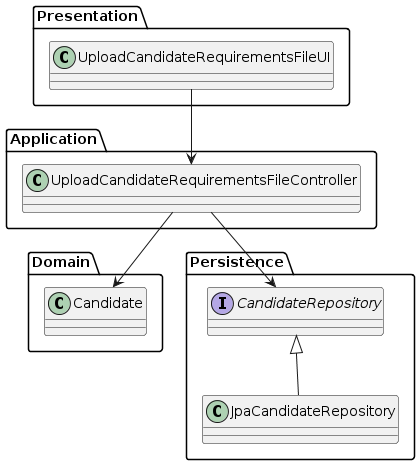
Goncalves2525/Jobs4U-Talent-Acquisition-Management-System keeps this PlantUML diagram as docs/Sprint C/us_2004/class-diagram.png. Above is the earlier version. Its diagram source:
```plantuml
@startuml
package Presentation {
    class UploadCandidateRequirementsFileUI
}

package Domain {
    class Candidate
}

package Persistence {
    class JpaCandidateRepository
    interface CandidateRepository
}

package Application {
    class UploadCandidateRequirementsFileController
}

Presentation.UploadCandidateRequirementsFileUI --> Application.UploadCandidateRequirementsFileController
Application.UploadCandidateRequirementsFileController --> Persistence.CandidateRepository
Persistence.CandidateRepository <|-- Persistence.JpaCandidateRepository
Application.UploadCandidateRequirementsFileController --> Domain.Candidate
@enduml
```
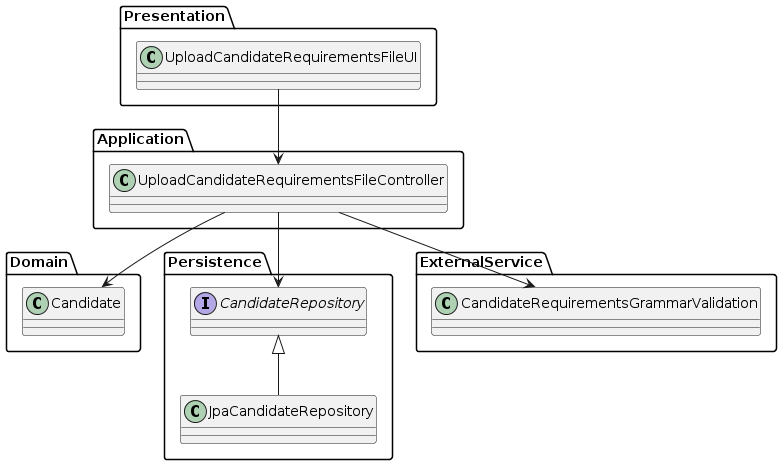
The same diagram one commit later.

What changed in the source:
```diff
@@ -16,8 +16,13 @@
     class UploadCandidateRequirementsFileController
 }
 
+package ExternalService {
+    class CandidateRequirementsGrammarValidation
+}
+
 Presentation.UploadCandidateRequirementsFileUI --> Application.UploadCandidateRequirementsFileController
 Application.UploadCandidateRequirementsFileController --> Persistence.CandidateRepository
+Application.UploadCandidateRequirementsFileController --> ExternalService.CandidateRequirementsGrammarValidation
 Persistence.CandidateRepository <|-- Persistence.JpaCandidateRepository
 Application.UploadCandidateRequirementsFileController --> Domain.Candidate
 @enduml
```
